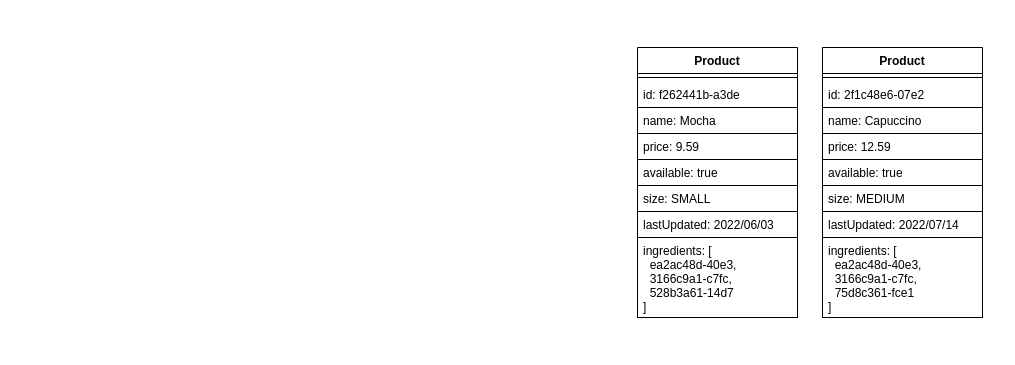
Earlier version of the draw.io diagram page "8.1" (11 of 12) of ch08.drawio (abunuwas/microservices-apis-img). Source tidied: cells renumbered, new cells numbered last; positions are measured from the earlier drawing's top-left corner, leaving out a move shared by most shapes. Both pictures are drawn from the tidied source at 100%, with x=0, y=0 at pixel (637, 47).
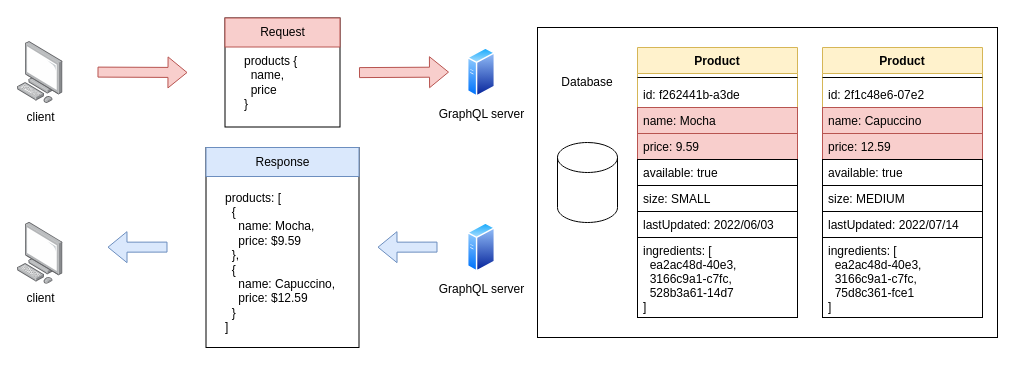
The same page after the edit.

The edit, as a diff of the source:
```diff
@@
+    <mxCell id="20" style="rounded=0;whiteSpace=wrap;html=1;strokeColor=#000000;" parent="1" vertex="1">
+      <mxGeometry x="-100" y="-20" width="460" height="310" as="geometry" />
+    </mxCell>
-    <mxCell id="2" value="Product" style="swimlane;fontStyle=1;align=center;verticalAlign=top;horizontal=1;startSize=26;" parent="1" vertex="1">
+    <mxCell id="2" value="Product" style="swimlane;fontStyle=1;align=center;verticalAlign=top;horizontal=1;startSize=26;fillColor=#fff2cc;strokeColor=#d6b656;" parent="1" vertex="1">
       <mxGeometry x="185" width="160" height="270" as="geometry" />
     </mxCell>
@@
-    <mxCell id="5" value="name: Capuccino" style="text;fillColor=none;align=left;verticalAlign=top;spacingLeft=4;spacingRight=4;overflow=hidden;strokeColor=#000000;" parent="2" vertex="1">
+    <mxCell id="5" value="name: Capuccino" style="text;fillColor=#f8cecc;align=left;verticalAlign=top;spacingLeft=4;spacingRight=4;overflow=hidden;strokeColor=#b85450;" parent="2" vertex="1">
       <mxGeometry y="60" width="160" height="26" as="geometry" />
     </mxCell>
-    <mxCell id="6" value="price: 12.59" style="text;fillColor=none;align=left;verticalAlign=top;spacingLeft=4;spacingRight=4;overflow=hidden;strokeColor=#000000;" parent="2" vertex="1">
+    <mxCell id="6" value="price: 12.59" style="text;fillColor=#f8cecc;align=left;verticalAlign=top;spacingLeft=4;spacingRight=4;overflow=hidden;strokeColor=#b85450;" parent="2" vertex="1">
       <mxGeometry y="86" width="160" height="26" as="geometry" />
     </mxCell>
@@
-    <mxCell id="11" value="Product" style="swimlane;fontStyle=1;align=center;verticalAlign=top;horizontal=1;startSize=26;" parent="1" vertex="1">
+    <mxCell id="11" value="Product" style="swimlane;fontStyle=1;align=center;verticalAlign=top;horizontal=1;startSize=26;fillColor=#fff2cc;strokeColor=#d6b656;" parent="1" vertex="1">
       <mxGeometry width="160" height="270" as="geometry" />
     </mxCell>
@@
-    <mxCell id="14" value="name: Mocha" style="text;fillColor=none;align=left;verticalAlign=top;spacingLeft=4;spacingRight=4;overflow=hidden;strokeColor=#000000;" parent="11" vertex="1">
+    <mxCell id="14" value="name: Mocha" style="text;fillColor=#f8cecc;align=left;verticalAlign=top;spacingLeft=4;spacingRight=4;overflow=hidden;strokeColor=#b85450;" parent="11" vertex="1">
       <mxGeometry y="60" width="160" height="26" as="geometry" />
     </mxCell>
-    <mxCell id="15" value="price: 9.59" style="text;fillColor=none;align=left;verticalAlign=top;spacingLeft=4;spacingRight=4;overflow=hidden;strokeColor=#000000;" parent="11" vertex="1">
+    <mxCell id="15" value="price: 9.59" style="text;fillColor=#f8cecc;align=left;verticalAlign=top;spacingLeft=4;spacingRight=4;overflow=hidden;strokeColor=#b85450;" parent="11" vertex="1">
       <mxGeometry y="86" width="160" height="26" as="geometry" />
     </mxCell>
@@
+    <mxCell id="21" value="client" style="html=1;align=center;shadow=0;dashed=0;image;image=img/lib/allied_telesis/computer_and_terminals/Personal_Computer.svg;strokeColor=#000000;" parent="1" vertex="1">
+      <mxGeometry x="-620" y="-5.9" width="45.6" height="61.8" as="geometry" />
+    </mxCell>
+    <mxCell id="22" style="rounded=0;whiteSpace=wrap;html=1;strokeColor=#000000;" parent="1" vertex="1">
+      <mxGeometry x="-412.5" y="-29.5" width="115" height="109" as="geometry" />
+    </mxCell>
+    <mxCell id="23" value="products { &lt;br&gt;&amp;nbsp; name, &lt;br&gt;&amp;nbsp; price &lt;br&gt;}" style="text;html=1;strokeColor=none;fillColor=none;align=left;verticalAlign=middle;whiteSpace=wrap;rounded=0;" parent="1" vertex="1">
+      <mxGeometry x="-395" y="9.5" width="80" height="50" as="geometry" />
+    </mxCell>
+    <mxCell id="24" value="Request" style="text;html=1;fillColor=#f8cecc;align=center;verticalAlign=middle;whiteSpace=wrap;rounded=0;strokeColor=#b85450;" parent="1" vertex="1">
+      <mxGeometry x="-412.5" y="-29.5" width="115" height="29" as="geometry" />
+    </mxCell>
+    <mxCell id="25" value="GraphQL server" style="perimeter=ellipsePerimeter;html=1;align=center;shadow=0;dashed=0;spacingTop=3;image;image=img/lib/active_directory/generic_server.svg;strokeColor=#000000;" parent="1" vertex="1">
+      <mxGeometry x="-170" width="28" height="50" as="geometry" />
+    </mxCell>
+    <mxCell id="26" style="shape=cylinder3;whiteSpace=wrap;html=1;boundedLbl=1;backgroundOutline=1;size=15;strokeColor=#000000;" parent="1" vertex="1">
+      <mxGeometry x="-80" y="95" width="60" height="80" as="geometry" />
+    </mxCell>
+    <mxCell id="27" style="rounded=0;whiteSpace=wrap;html=1;strokeColor=#000000;" parent="1" vertex="1">
+      <mxGeometry x="-431.5" y="100" width="153" height="200" as="geometry" />
+    </mxCell>
+    <mxCell id="28" value="products: [&lt;br&gt;&amp;nbsp; {&lt;br&gt;&amp;nbsp; &amp;nbsp; name: Mocha,&lt;br&gt;&amp;nbsp; &amp;nbsp; price: $9.59&lt;br&gt;&amp;nbsp; },&lt;br&gt;&amp;nbsp; {&lt;br&gt;&amp;nbsp; &amp;nbsp; name: Capuccino,&lt;br&gt;&amp;nbsp; &amp;nbsp; price: $12.59&lt;br&gt;&amp;nbsp; }&lt;br&gt;]" style="text;html=1;strokeColor=none;fillColor=none;align=left;verticalAlign=middle;whiteSpace=wrap;rounded=0;" parent="1" vertex="1">
+      <mxGeometry x="-414" y="139" width="118" height="151" as="geometry" />
+    </mxCell>
+    <mxCell id="29" value="Response" style="text;html=1;fillColor=#dae8fc;align=center;verticalAlign=middle;whiteSpace=wrap;rounded=0;strokeColor=#6c8ebf;" parent="1" vertex="1">
+      <mxGeometry x="-431.5" y="100" width="153" height="29" as="geometry" />
+    </mxCell>
+    <mxCell id="30" style="shape=flexArrow;endArrow=classic;html=1;fillColor=#f8cecc;strokeColor=#b85450;" parent="1" edge="1">
+      <mxGeometry relative="1" as="geometry">
+        <mxPoint x="-540" y="24.6" as="sourcePoint" />
+        <mxPoint x="-450" y="25" as="targetPoint" />
+      </mxGeometry>
+    </mxCell>
+    <mxCell id="31" style="shape=flexArrow;endArrow=classic;html=1;fillColor=#dae8fc;strokeColor=#6c8ebf;" parent="1" edge="1">
+      <mxGeometry relative="1" as="geometry">
+        <mxPoint x="-200" y="199.6" as="sourcePoint" />
+        <mxPoint x="-260" y="199.7" as="targetPoint" />
+      </mxGeometry>
+    </mxCell>
+    <mxCell id="32" value="GraphQL server" style="perimeter=ellipsePerimeter;html=1;align=center;shadow=0;dashed=0;spacingTop=3;image;image=img/lib/active_directory/generic_server.svg;strokeColor=#000000;" parent="1" vertex="1">
+      <mxGeometry x="-170" y="175" width="28" height="50" as="geometry" />
+    </mxCell>
+    <mxCell id="33" value="client" style="html=1;align=center;shadow=0;dashed=0;image;image=img/lib/allied_telesis/computer_and_terminals/Personal_Computer.svg;strokeColor=#000000;" parent="1" vertex="1">
+      <mxGeometry x="-620" y="175" width="45.6" height="61.8" as="geometry" />
+    </mxCell>
+    <mxCell id="34" style="shape=flexArrow;endArrow=classic;html=1;fillColor=#f8cecc;strokeColor=#b85450;" parent="1" edge="1">
+      <mxGeometry relative="1" as="geometry">
+        <mxPoint x="-278.5" y="25.1" as="sourcePoint" />
+        <mxPoint x="-188.5" y="24.6" as="targetPoint" />
+      </mxGeometry>
+    </mxCell>
+    <mxCell id="35" style="shape=flexArrow;endArrow=classic;html=1;fillColor=#dae8fc;strokeColor=#6c8ebf;" parent="1" edge="1">
+      <mxGeometry relative="1" as="geometry">
+        <mxPoint x="-470" y="199.6" as="sourcePoint" />
+        <mxPoint x="-530" y="199.7" as="targetPoint" />
+      </mxGeometry>
+    </mxCell>
+    <mxCell id="36" value="Database" style="text;html=1;strokeColor=none;fillColor=none;align=center;verticalAlign=middle;whiteSpace=wrap;rounded=0;" parent="1" vertex="1">
+      <mxGeometry x="-85" y="19.5" width="70" height="30" as="geometry" />
+    </mxCell>
```
